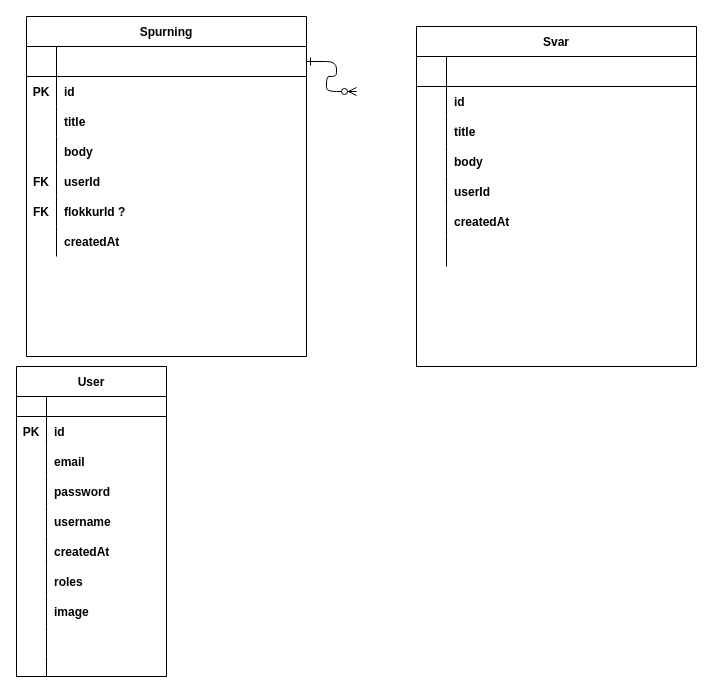
The draw.io diagram Untitled Diagram.drawio in ivamtra/idordaverkefni, before the edit. Source tidied: cells renumbered, new cells numbered last; positions are measured from the earlier drawing's top-left corner, leaving out a move shared by most shapes. Both pictures are drawn from the tidied source at 100%, with x=0, y=0 at pixel (16, 16).
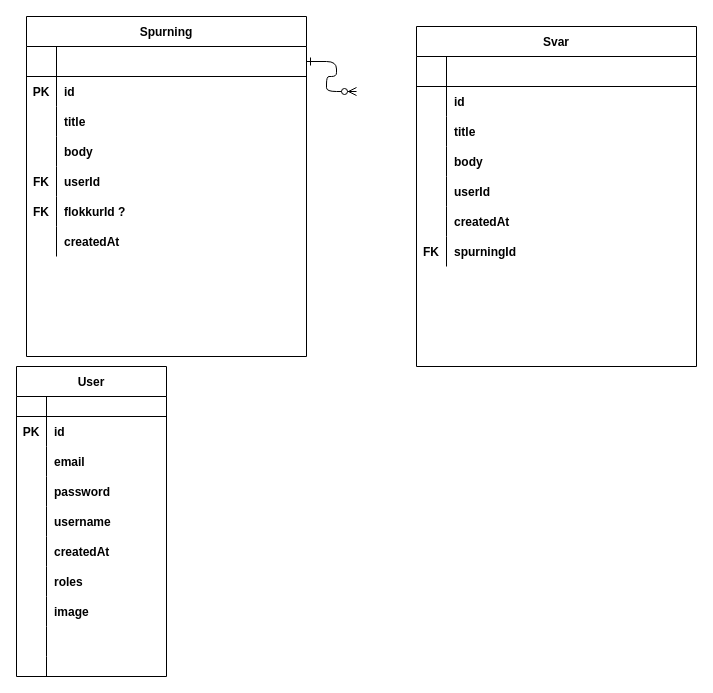
The same diagram, later.

Unchanged cells that the change refers to:
```xml
<mxCell id="75" style="shape=partialRectangle;fillColor=none;top=0;left=0;right=0;bottom=0;" parent="56" vertex="1">
  <mxGeometry y="210" width="280" height="30" as="geometry" />
</mxCell>
```

The edit, as a diff of the source:
```diff
@@
-    <mxCell id="76" style="shape=partialRectangle;overflow=hidden;fillColor=none;top=0;left=0;bottom=0;right=0;" parent="75" vertex="1">
+    <mxCell id="76" value="FK" style="shape=partialRectangle;overflow=hidden;fillColor=none;top=0;left=0;bottom=0;right=0;fontStyle=1;" parent="75" vertex="1">
       <mxGeometry width="30" height="30" as="geometry" />
     </mxCell>
-    <mxCell id="77" style="shape=partialRectangle;overflow=hidden;fillColor=none;top=0;left=0;bottom=0;right=0;align=left;spacingLeft=6;fontStyle=1;" parent="75" vertex="1">
+    <mxCell id="77" value="spurningId" style="shape=partialRectangle;overflow=hidden;fillColor=none;top=0;left=0;bottom=0;right=0;align=left;spacingLeft=6;fontStyle=1;" parent="75" vertex="1">
       <mxGeometry x="30" width="250" height="30" as="geometry" />
     </mxCell>
```
